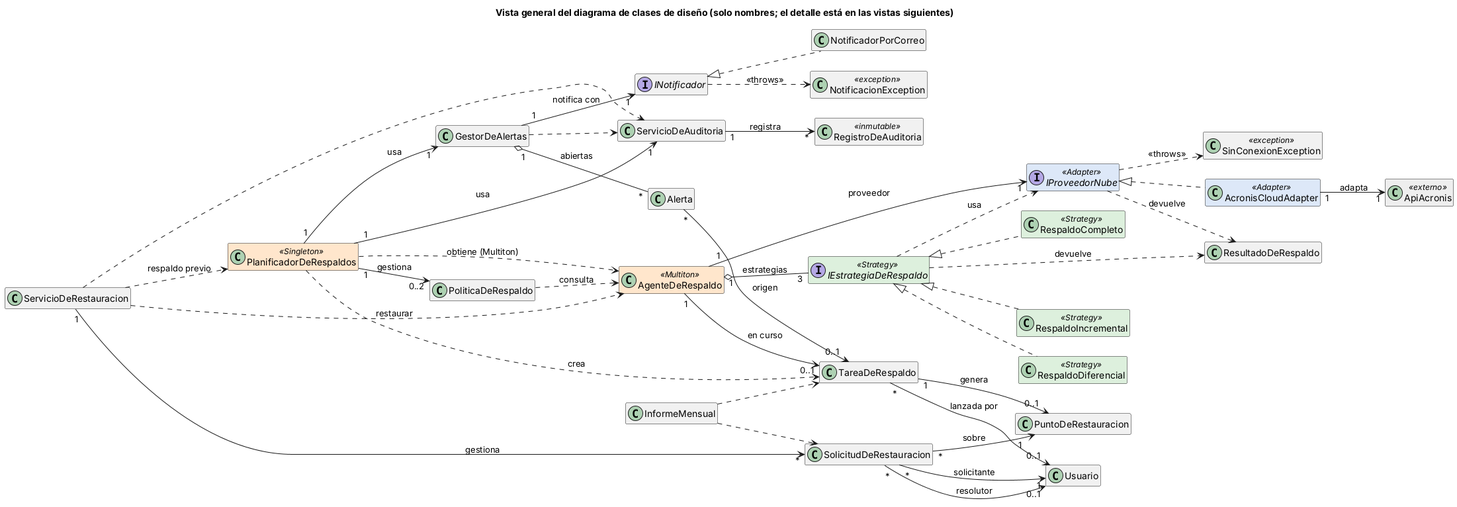
Above: diagramas/06-clases-vista-general.png in Julito-Art/ModelacionGruipo17 (PlantUML), before the change.
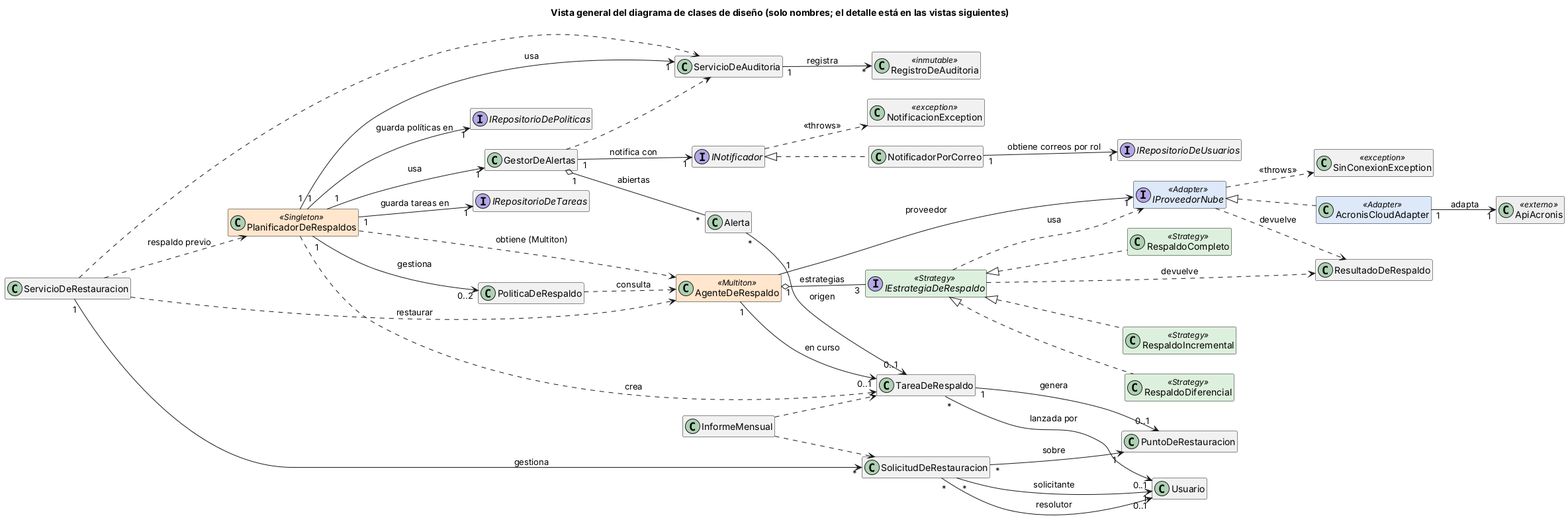
The same diagram one commit later.

Diff of the diagram source:
```diff
@@ -29,6 +29,9 @@
 class ApiAcronis <<externo>>
 class SinConexionException <<exception>>
 class NotificacionException <<exception>>
+interface IRepositorioDePoliticas
+interface IRepositorioDeTareas
+interface IRepositorioDeUsuarios
 class GestorDeAlertas
 class Alerta
 interface INotificador
@@ -69,6 +72,9 @@
 IProveedorNube ..> ResultadoDeRespaldo : devuelve
 IProveedorNube ..> SinConexionException : <<throws>>
 INotificador ..> NotificacionException : <<throws>>
+PlanificadorDeRespaldos "1" --> "1" IRepositorioDePoliticas : guarda políticas en
+PlanificadorDeRespaldos "1" --> "1" IRepositorioDeTareas : guarda tareas en
+NotificadorPorCorreo "1" --> "1" IRepositorioDeUsuarios : obtiene correos por rol
 GestorDeAlertas ..> ServicioDeAuditoria
 ServicioDeRestauracion ..> PlanificadorDeRespaldos : respaldo previo
 ServicioDeRestauracion ..> AgenteDeRespaldo : restaurar
```
